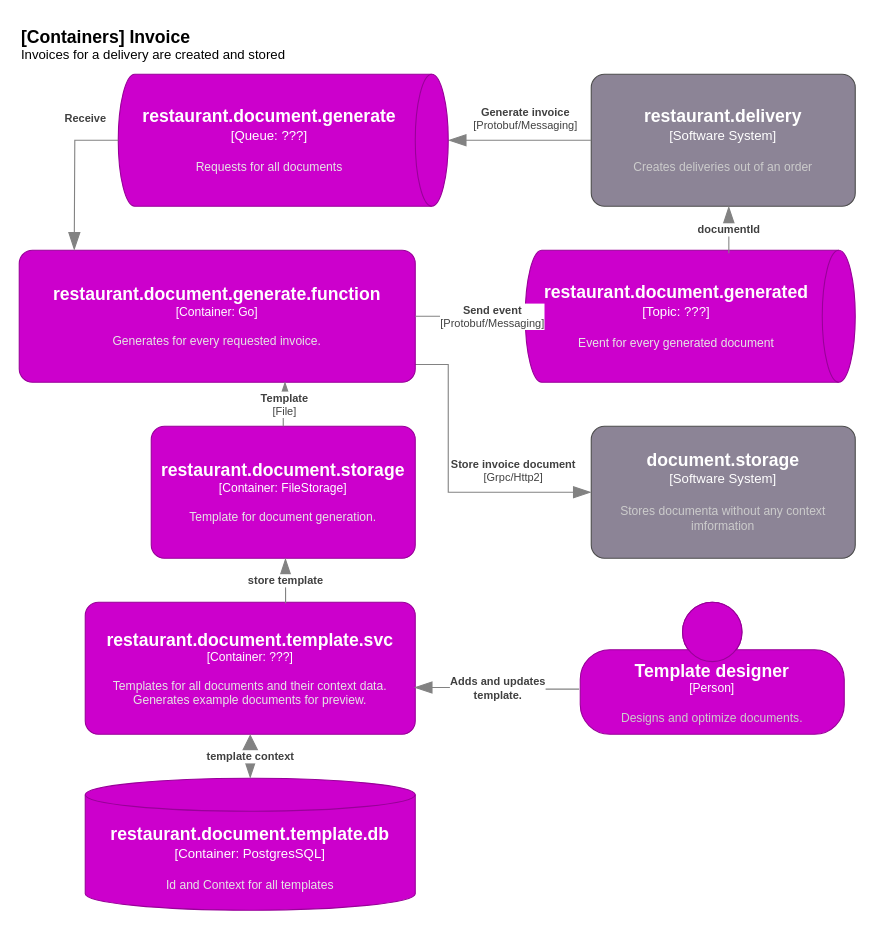
This is documentation/raw/containercontext.invoice.drawio from KinNeko-De/restaurant, a draw.io file, before an edit. Source tidied: cells renumbered, new cells numbered last; positions are measured from the earlier drawing's top-left corner, leaving out a move shared by most shapes. Both pictures are drawn from the tidied source at 110%, with x=0, y=0 at pixel (19, 19).
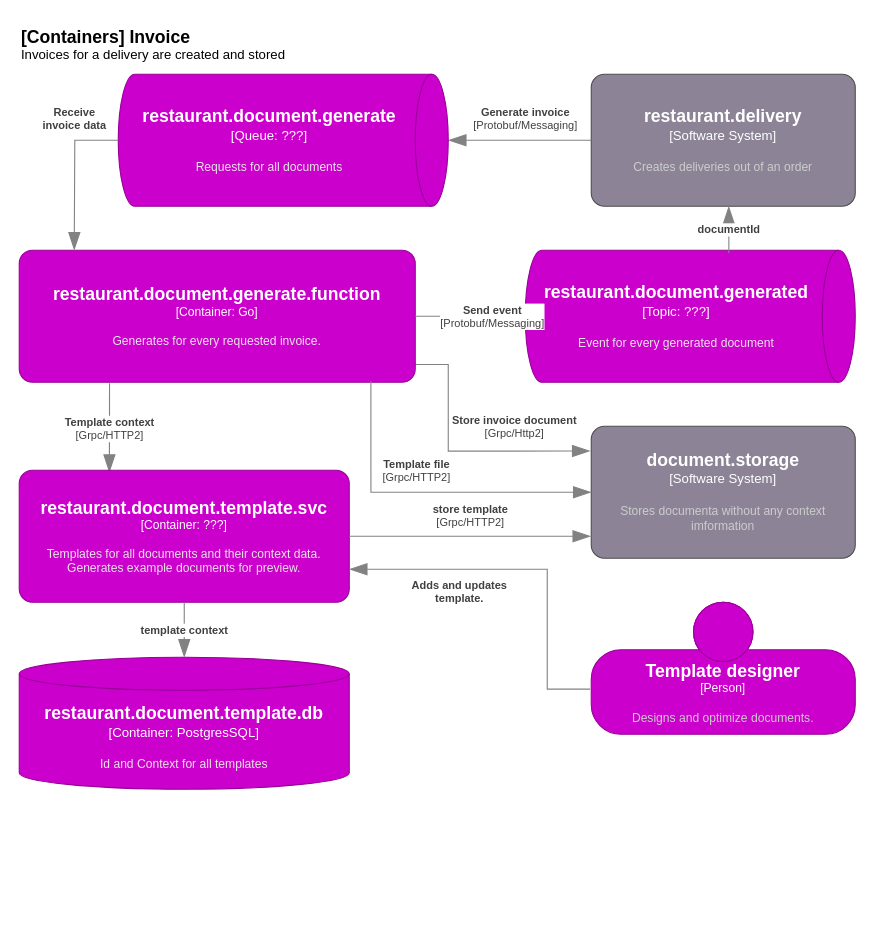
The same diagram, later.

The change refers to these unchanged cells:
```xml
<object id="3" label="&lt;font style=&quot;font-size: 16px&quot;&gt;&lt;b&gt;%c4Name%&lt;/b&gt;&lt;/font&gt;&lt;div&gt;[%c4Type%]&lt;/div&gt;&lt;br&gt;&lt;div&gt;&lt;font style=&quot;font-size: 11px&quot;&gt;&lt;font color=&quot;#cccccc&quot;&gt;%c4Description%&lt;/font&gt;&lt;/div&gt;" c4Description="Stores documenta without any context imformation" c4Name="document.storage" c4Type="Software System" placeholders="1">
  <mxCell style="rounded=1;whiteSpace=wrap;html=1;labelBackgroundColor=none;fillColor=#8C8496;fontColor=#ffffff;align=center;arcSize=10;strokeColor=#4D4D4D;points=[[0.25,0,0],[0.5,0,0],[0.75,0,0],[1,0.25,0],[1,0.5,0],[1,0.75,0],[0.75,1,0],[0.5,1,0],[0.25,1,0],[0,0.75,0],[0,0.5,0],[0,0.25,0]];" parent="1" vertex="1">
    <mxGeometry x="520" y="370" width="240" height="120" as="geometry" />
  </mxCell>
</object>
<object id="7" label="&lt;font style=&quot;font-size: 16px&quot;&gt;&lt;b&gt;%c4Name%&lt;/b&gt;&lt;/font&gt;&lt;div&gt;[%c4Type%: %c4Technology%]&lt;/div&gt;&lt;br&gt;&lt;div&gt;&lt;font style=&quot;font-size: 11px&quot;&gt;&lt;font color=&quot;#E6E6E6&quot;&gt;%c4Description%&lt;/font&gt;&lt;/div&gt;" c4Description="Generates for every requested invoice." c4Name="restaurant.document.generate.function" c4Technology="Go" c4Type="Container" placeholders="1">
  <mxCell style="rounded=1;whiteSpace=wrap;html=1;fontSize=11;labelBackgroundColor=none;fillColor=#CC00CC;fontColor=#ffffff;align=center;arcSize=10;strokeColor=#990099;points=[[0.25,0,0],[0.5,0,0],[0.75,0,0],[1,0.25,0],[1,0.5,0],[1,0.75,0],[0.75,1,0],[0.5,1,0],[0.25,1,0],[0,0.75,0],[0,0.5,0],[0,0.25,0]];imageWidth=24;imageHeight=24;" parent="1" vertex="1">
    <mxGeometry y="210" width="360" height="120" as="geometry" />
  </mxCell>
</object>
<object id="8" label="&lt;font style=&quot;font-size: 16px&quot;&gt;&lt;b&gt;%c4Type%&lt;/b&gt;&lt;/font&gt;&lt;div&gt;[%c4Container%:&amp;nbsp;%c4Technology%]&lt;/div&gt;&lt;br&gt;&lt;div&gt;&lt;font style=&quot;font-size: 11px&quot;&gt;&lt;font color=&quot;#E6E6E6&quot;&gt;%c4Description%&lt;/font&gt;&lt;/div&gt;" c4Container="Queue" c4Description="Requests for all documents" c4Technology="???" c4Type="restaurant.document.generate" placeholders="1">
  <mxCell style="shape=cylinder3;size=15;direction=south;whiteSpace=wrap;html=1;boundedLbl=1;rounded=0;labelBackgroundColor=none;fillColor=#CC00CC;fontSize=12;fontColor=#ffffff;align=center;strokeColor=#990099;points=[[0.5,0,0],[1,0.25,0],[1,0.5,0],[1,0.75,0],[0.5,1,0],[0,0.75,0],[0,0.5,0],[0,0.25,0]];" parent="1" vertex="1">
    <mxGeometry x="90" y="50" width="300" height="120" as="geometry" />
  </mxCell>
</object>
```

Change to the diagram source:
```diff
@@
     <object id="5" label="&lt;div style=&quot;text-align: left&quot;&gt;&lt;div style=&quot;text-align: center&quot;&gt;&lt;b&gt;%c4Description%&lt;/b&gt;&lt;/div&gt;&lt;div style=&quot;text-align: center&quot;&gt;[%c4Technology%]&lt;/div&gt;&lt;/div&gt;" c4Description="Store invoice document" c4Technology="Grpc/Http2" placeholders="1">
-      <mxCell style="endArrow=blockThin;html=1;fontSize=10;fontColor=#404040;strokeWidth=1;endFill=1;strokeColor=#828282;elbow=vertical;endSize=14;startSize=14;jumpStyle=arc;jumpSize=16;rounded=0;edgeStyle=orthogonalEdgeStyle;entryX=0;entryY=0.5;entryDx=0;entryDy=0;entryPerimeter=0;exitX=0.985;exitY=0.866;exitDx=0;exitDy=0;exitPerimeter=0;" parent="1" edge="1" source="7" target="3">
-        <mxGeometry x="0.5" y="20" relative="1" as="geometry">
+      <mxCell style="endArrow=blockThin;html=1;fontSize=10;fontColor=#404040;strokeWidth=1;endFill=1;strokeColor=#828282;elbow=vertical;endSize=14;startSize=14;jumpStyle=arc;jumpSize=16;rounded=0;edgeStyle=orthogonalEdgeStyle;entryX=-0.004;entryY=0.188;entryDx=0;entryDy=0;entryPerimeter=0;exitX=0.985;exitY=0.866;exitDx=0;exitDy=0;exitPerimeter=0;" parent="1" edge="1" source="7" target="3">
+        <mxGeometry x="0.43" y="23" relative="1" as="geometry">
           <Array as="points">
             <mxPoint x="390" y="314" />
-            <mxPoint x="390" y="430" />
+            <mxPoint x="390" y="393" />
           </Array>
         </mxGeometry>
       </mxCell>
     </object>
@@
-    <object id="9" label="&lt;div style=&quot;text-align: left&quot;&gt;&lt;div style=&quot;text-align: center&quot;&gt;&lt;b&gt;%c4Description%&lt;/b&gt;&lt;/div&gt;" c4Description="Receive" placeholders="1">
+    <object id="9" label="&lt;div style=&quot;text-align: left&quot;&gt;&lt;div style=&quot;text-align: center&quot;&gt;&lt;b&gt;%c4Description%&lt;/b&gt;&lt;/div&gt;" c4Description="Receive&#10;invoice data" placeholders="1">
       <mxCell style="endArrow=blockThin;html=1;fontSize=10;fontColor=#404040;strokeWidth=1;endFill=1;strokeColor=#828282;elbow=vertical;endSize=14;startSize=14;jumpStyle=arc;jumpSize=16;rounded=0;edgeStyle=orthogonalEdgeStyle;exitX=0.5;exitY=1;exitDx=0;exitDy=0;exitPerimeter=0;" parent="1" edge="1" source="8">
-        <mxGeometry x="-0.57" y="-20" relative="1" as="geometry">
+        <mxGeometry x="-0.43" y="-20" relative="1" as="geometry">
           <mxPoint x="50" y="210" as="targetPoint" />
+          <mxPoint x="20" y="-20" as="offset" />
         </mxGeometry>
       </mxCell>
     </object>
-    <object id="10" label="&lt;font style=&quot;font-size: 16px&quot;&gt;&lt;b&gt;%c4Name%&lt;/b&gt;&lt;/font&gt;&lt;div&gt;[%c4Type%: %c4Technology%]&lt;/div&gt;&lt;br&gt;&lt;div&gt;&lt;font style=&quot;font-size: 11px&quot;&gt;&lt;font color=&quot;#E6E6E6&quot;&gt;%c4Description%&lt;/font&gt;&lt;/div&gt;" c4Description="Template for document generation." c4Name="restaurant.document.storage" c4Technology="FileStorage" c4Type="Container" placeholders="1">
-      <mxCell style="rounded=1;whiteSpace=wrap;html=1;fontSize=11;labelBackgroundColor=none;fillColor=#CC00CC;fontColor=#ffffff;align=center;arcSize=10;strokeColor=#990099;points=[[0.25,0,0],[0.5,0,0],[0.75,0,0],[1,0.25,0],[1,0.5,0],[1,0.75,0],[0.75,1,0],[0.5,1,0],[0.25,1,0],[0,0.75,0],[0,0.5,0],[0,0.25,0]];" parent="1" vertex="1">
-        <mxGeometry x="120" y="370" width="240" height="120" as="geometry" />
-      </mxCell>
-    </object>
@@
-    <object id="14" label="&lt;div style=&quot;text-align: left&quot;&gt;&lt;div style=&quot;text-align: center&quot;&gt;&lt;b&gt;%c4Description%&lt;/b&gt;&lt;/div&gt;&lt;div style=&quot;text-align: center&quot;&gt;[%c4Technology%]&lt;/div&gt;&lt;/div&gt;" c4Description="Template" c4Technology="File" placeholders="1">
-      <mxCell style="endArrow=blockThin;html=1;fontSize=10;fontColor=#404040;strokeWidth=1;endFill=1;strokeColor=#828282;elbow=vertical;endSize=14;startSize=14;jumpStyle=arc;jumpSize=16;rounded=0;edgeStyle=orthogonalEdgeStyle;exitX=0.5;exitY=0;exitDx=0;exitDy=0;exitPerimeter=0;entryX=0.671;entryY=0.996;entryDx=0;entryDy=0;entryPerimeter=0;" parent="1" edge="1" source="10" target="7">
+    <object id="14" label="&lt;div style=&quot;text-align: left&quot;&gt;&lt;div style=&quot;text-align: center&quot;&gt;&lt;b&gt;%c4Description%&lt;/b&gt;&lt;/div&gt;&lt;div style=&quot;text-align: center&quot;&gt;[%c4Technology%]&lt;/div&gt;&lt;/div&gt;" c4Description="Template context" c4Technology="Grpc/HTTP2" placeholders="1">
+      <mxCell style="endArrow=blockThin;html=1;fontSize=10;fontColor=#404040;strokeWidth=1;endFill=1;strokeColor=#828282;elbow=vertical;endSize=14;startSize=14;jumpStyle=arc;jumpSize=16;rounded=0;edgeStyle=orthogonalEdgeStyle;entryX=0.273;entryY=0.017;entryDx=0;entryDy=0;entryPerimeter=0;exitX=0.228;exitY=1.008;exitDx=0;exitDy=0;exitPerimeter=0;" parent="1" edge="1" source="7" target="16">
         <mxGeometry relative="1" as="geometry" />
       </mxCell>
     </object>
     <object id="15" label="&lt;font style=&quot;font-size: 16px&quot;&gt;&lt;b&gt;%c4Name%&lt;/b&gt;&lt;/font&gt;&lt;div&gt;[%c4Type%]&lt;/div&gt;&lt;br&gt;&lt;div&gt;&lt;font style=&quot;font-size: 11px&quot;&gt;&lt;font color=&quot;#cccccc&quot;&gt;%c4Description%&lt;/font&gt;&lt;/div&gt;" c4Description="Designs and optimize documents." c4Name="Template designer" c4Type="Person" placeholders="1">
       <mxCell style="html=1;fontSize=11;dashed=0;whiteSpace=wrap;fillColor=#CC00CC;strokeColor=#990099;fontColor=#ffffff;shape=mxgraph.c4.person2;align=center;points=[[0.5,0,0],[1,0.5,0],[1,0.75,0],[0.75,1,0],[0.5,1,0],[0.25,1,0],[0,0.75,0],[0,0.5,0]];" parent="1" vertex="1">
-        <mxGeometry x="510" y="530" width="240" height="120" as="geometry" />
+        <mxGeometry x="520" y="530" width="240" height="120" as="geometry" />
       </mxCell>
     </object>
     <object id="16" label="&lt;font style=&quot;font-size: 16px&quot;&gt;&lt;b&gt;%c4Name%&lt;/b&gt;&lt;/font&gt;&lt;div&gt;[%c4Type%: %c4Technology%]&lt;/div&gt;&lt;br&gt;&lt;div&gt;&lt;font style=&quot;font-size: 11px&quot;&gt;&lt;font color=&quot;#E6E6E6&quot;&gt;%c4Description%&lt;/font&gt;&lt;/div&gt;" c4Description="Templates for all documents and their context data. Generates example documents for preview." c4Name="restaurant.document.template.svc" c4Technology="???" c4Type="Container" placeholders="1">
       <mxCell style="rounded=1;whiteSpace=wrap;html=1;fontSize=11;labelBackgroundColor=none;fillColor=#CC00CC;fontColor=#ffffff;align=center;arcSize=10;strokeColor=#990099;points=[[0.25,0,0],[0.5,0,0],[0.75,0,0],[1,0.25,0],[1,0.5,0],[1,0.75,0],[0.75,1,0],[0.5,1,0],[0.25,1,0],[0,0.75,0],[0,0.5,0],[0,0.25,0]];" parent="1" vertex="1">
-        <mxGeometry x="60" y="530" width="300" height="120" as="geometry" />
+        <mxGeometry y="410" width="300" height="120" as="geometry" />
       </mxCell>
     </object>
-    <object id="17" label="&lt;div style=&quot;text-align: left&quot;&gt;&lt;div style=&quot;text-align: center&quot;&gt;&lt;b&gt;%c4Description%&lt;/b&gt;&lt;/div&gt;" c4Description="store template" placeholders="1">
-      <mxCell style="endArrow=blockThin;html=1;fontSize=10;fontColor=#404040;strokeWidth=1;endFill=1;strokeColor=#828282;elbow=vertical;endSize=14;startSize=14;jumpStyle=arc;jumpSize=16;rounded=0;edgeStyle=orthogonalEdgeStyle;exitX=0.607;exitY=0.008;exitDx=0;exitDy=0;exitPerimeter=0;" parent="1" edge="1" source="16">
-        <mxGeometry relative="1" as="geometry">
-          <mxPoint x="242" y="490" as="targetPoint" />
-        </mxGeometry>
-      </mxCell>
-    </object>
     <object id="18" label="&lt;div style=&quot;text-align: left&quot;&gt;&lt;div style=&quot;text-align: center&quot;&gt;&lt;b&gt;%c4Description%&lt;/b&gt;&lt;/div&gt;" c4Description="Adds and updates&#10;template." placeholders="1">
-      <mxCell style="endArrow=blockThin;html=1;fontSize=10;fontColor=#404040;strokeWidth=1;endFill=1;strokeColor=#828282;elbow=vertical;endSize=14;startSize=14;jumpStyle=arc;jumpSize=16;rounded=0;edgeStyle=orthogonalEdgeStyle;exitX=-0.004;exitY=0.658;exitDx=0;exitDy=0;exitPerimeter=0;entryX=0.997;entryY=0.646;entryDx=0;entryDy=0;entryPerimeter=0;" parent="1" edge="1" source="15" target="16">
-        <mxGeometry relative="1" as="geometry" />
+      <mxCell style="endArrow=blockThin;html=1;fontSize=10;fontColor=#404040;strokeWidth=1;endFill=1;strokeColor=#828282;elbow=vertical;endSize=14;startSize=14;jumpStyle=arc;jumpSize=16;rounded=0;edgeStyle=orthogonalEdgeStyle;exitX=-0.004;exitY=0.658;exitDx=0;exitDy=0;exitPerimeter=0;entryX=1;entryY=0.75;entryDx=0;entryDy=0;entryPerimeter=0;" parent="1" edge="1" source="15" target="16">
+        <mxGeometry x="0.39" y="20" relative="1" as="geometry">
+          <Array as="points">
+            <mxPoint x="480" y="609" />
+            <mxPoint x="480" y="500" />
+          </Array>
+        </mxGeometry>
       </mxCell>
     </object>
     <object id="19" label="&lt;font style=&quot;font-size: 16px&quot;&gt;&lt;b&gt;%c4Type%&lt;/b&gt;&lt;/font&gt;&lt;div&gt;[%c4Container%:&amp;nbsp;%c4Technology%]&lt;/div&gt;&lt;br&gt;&lt;div&gt;&lt;font style=&quot;font-size: 11px&quot;&gt;&lt;font color=&quot;#E6E6E6&quot;&gt;%c4Description%&lt;/font&gt;&lt;/div&gt;" c4Container="Container" c4Description="Id and Context for all templates" c4Technology="PostgresSQL" c4Type="restaurant.document.template.db" placeholders="1">
       <mxCell style="shape=cylinder3;size=15;whiteSpace=wrap;html=1;boundedLbl=1;rounded=0;labelBackgroundColor=none;fillColor=#CC00CC;fontSize=12;fontColor=#ffffff;align=center;strokeColor=#990099;points=[[0.5,0,0],[1,0.25,0],[1,0.5,0],[1,0.75,0],[0.5,1,0],[0,0.75,0],[0,0.5,0],[0,0.25,0]];" parent="1" vertex="1">
-        <mxGeometry x="60" y="690" width="300" height="120" as="geometry" />
+        <mxGeometry y="580" width="300" height="120" as="geometry" />
       </mxCell>
     </object>
     <object id="20" label="&lt;div style=&quot;text-align: left&quot;&gt;&lt;div style=&quot;text-align: center&quot;&gt;&lt;b&gt;%c4Description%&lt;/b&gt;&lt;/div&gt;" c4Description="template context" placeholders="1">
-      <mxCell style="endArrow=blockThin;html=1;fontSize=10;fontColor=#404040;strokeWidth=1;endFill=1;strokeColor=#828282;elbow=vertical;endSize=14;startSize=14;jumpStyle=arc;jumpSize=16;rounded=0;edgeStyle=orthogonalEdgeStyle;exitX=0.5;exitY=1;exitDx=0;exitDy=0;exitPerimeter=0;entryX=0.5;entryY=0;entryDx=0;entryDy=0;entryPerimeter=0;startArrow=block;startFill=1;" parent="1" edge="1" source="16" target="19">
+      <mxCell style="endArrow=blockThin;html=1;fontSize=10;fontColor=#404040;strokeWidth=1;endFill=1;strokeColor=#828282;elbow=vertical;endSize=14;startSize=14;jumpStyle=arc;jumpSize=16;rounded=0;edgeStyle=orthogonalEdgeStyle;exitX=0.5;exitY=1;exitDx=0;exitDy=0;exitPerimeter=0;entryX=0.5;entryY=0;entryDx=0;entryDy=0;entryPerimeter=0;startArrow=none;startFill=0;" parent="1" edge="1" source="16" target="19">
         <mxGeometry relative="1" as="geometry" />
       </mxCell>
     </object>
+    <object id="21" label="&lt;div style=&quot;text-align: left&quot;&gt;&lt;div style=&quot;text-align: center&quot;&gt;&lt;b&gt;%c4Description%&lt;/b&gt;&lt;/div&gt;&lt;div style=&quot;text-align: center&quot;&gt;[%c4Technology%]&lt;/div&gt;&lt;/div&gt;" c4Description="store template " c4Technology="Grpc/HTTP2" placeholders="1">
+      <mxCell style="endArrow=blockThin;html=1;fontSize=10;fontColor=#404040;strokeWidth=1;endFill=1;strokeColor=#828282;elbow=vertical;endSize=14;startSize=14;jumpStyle=arc;jumpSize=16;rounded=0;edgeStyle=orthogonalEdgeStyle;entryX=-0.002;entryY=0.833;entryDx=0;entryDy=0;entryPerimeter=0;" parent="1" edge="1" target="3">
+        <mxGeometry x="0.02" y="19" relative="1" as="geometry">
+          <mxPoint x="300" y="470" as="sourcePoint" />
+          <mxPoint x="-1" as="offset" />
+        </mxGeometry>
+      </mxCell>
+    </object>
+    <object id="22" label="&lt;div style=&quot;text-align: left&quot;&gt;&lt;div style=&quot;text-align: center&quot;&gt;&lt;b&gt;%c4Description%&lt;/b&gt;&lt;/div&gt;&lt;div style=&quot;text-align: center&quot;&gt;[%c4Technology%]&lt;/div&gt;&lt;/div&gt;" c4Description="Template file" c4Technology="Grpc/HTTP2" placeholders="1">
+      <mxCell style="endArrow=blockThin;html=1;fontSize=10;fontColor=#404040;strokeWidth=1;endFill=1;strokeColor=#828282;elbow=vertical;endSize=14;startSize=14;jumpStyle=arc;jumpSize=16;rounded=0;edgeStyle=orthogonalEdgeStyle;entryX=0;entryY=0.5;entryDx=0;entryDy=0;entryPerimeter=0;exitX=0.888;exitY=0.992;exitDx=0;exitDy=0;exitPerimeter=0;" parent="1" edge="1" source="7" target="3">
+        <mxGeometry x="-0.06" y="20" relative="1" as="geometry" />
+      </mxCell>
+    </object>
```
